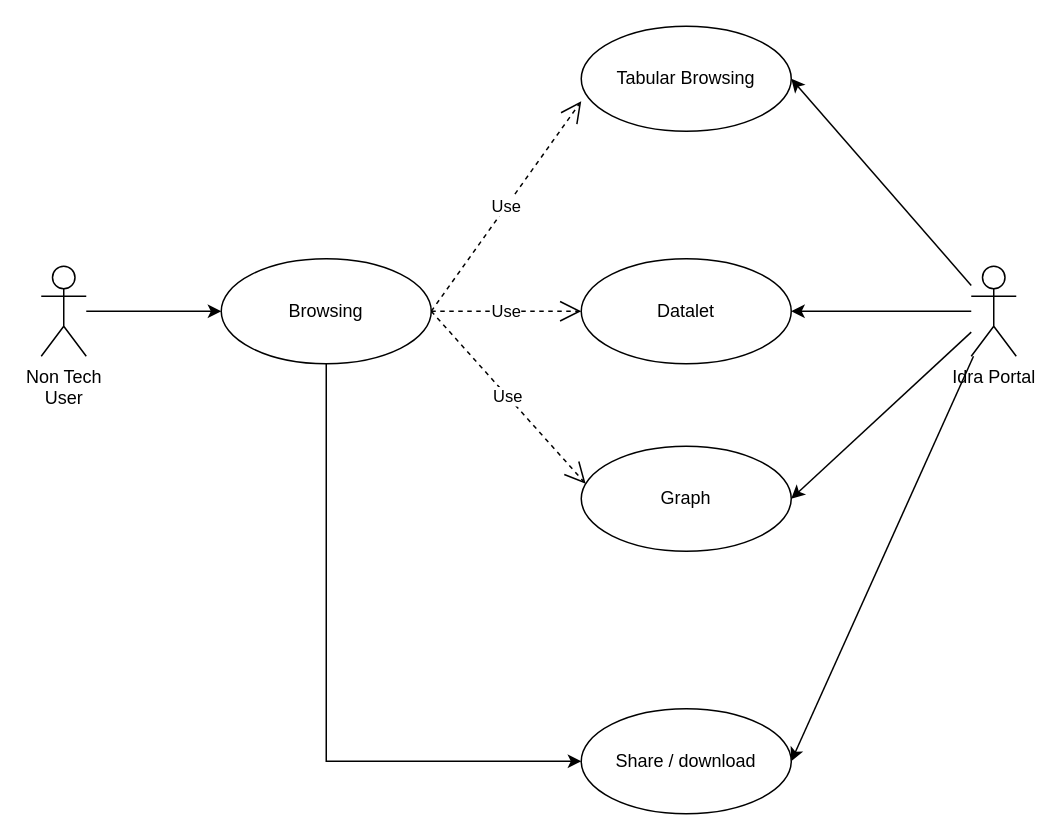
The draw.io diagram Diagramma senza titolo.drawio in pafrance/Statistics-Contextualized, before the edit. Source tidied: cells renumbered, new cells numbered last; positions are measured from the earlier drawing's top-left corner, leaving out a move shared by most shapes. Both pictures are drawn from the tidied source at 150%, with x=0, y=0 at pixel (40, 26).
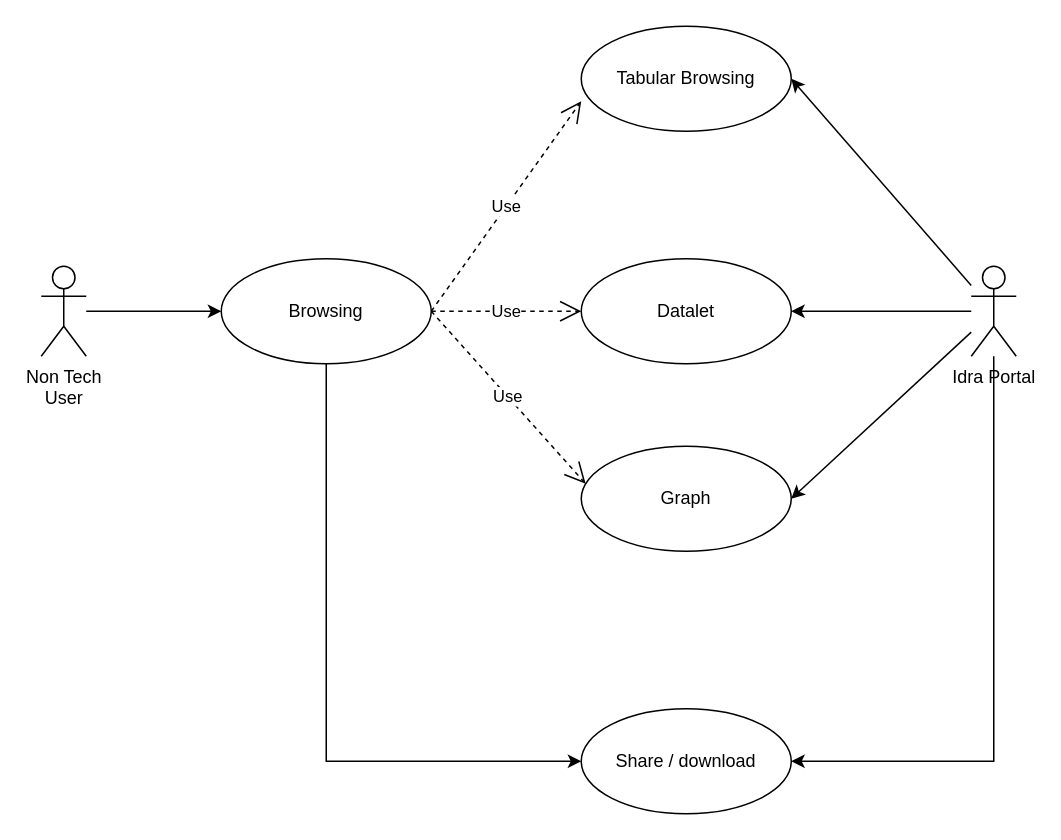
After the change.

The change refers to these unchanged cells:
```xml
<mxCell id="16" value="Idra Portal" style="shape=umlActor;verticalLabelPosition=bottom;verticalAlign=top;html=1;" parent="1" vertex="1">
  <mxGeometry x="620" y="160" width="30" height="60" as="geometry" />
</mxCell>
<mxCell id="17" value="Share / download" style="ellipse;whiteSpace=wrap;html=1;" parent="1" vertex="1">
  <mxGeometry x="360" y="455" width="140" height="70" as="geometry" />
</mxCell>
```

Diff of the diagram source:
```diff
@@
-    <mxCell id="15" style="rounded=0;jettySize=auto;html=1;entryX=1;entryY=0.5;entryDx=0;entryDy=0;" parent="1" edge="1" source="16" target="17">
-      <mxGeometry relative="1" as="geometry" />
+    <mxCell id="15" style="rounded=0;jettySize=auto;html=1;entryX=1;entryY=0.5;entryDx=0;entryDy=0;edgeStyle=orthogonalEdgeStyle;" parent="1" edge="1" source="16" target="17">
+      <mxGeometry relative="1" as="geometry">
+        <Array as="points">
+          <mxPoint x="635" y="490" />
+        </Array>
+      </mxGeometry>
     </mxCell>
```
